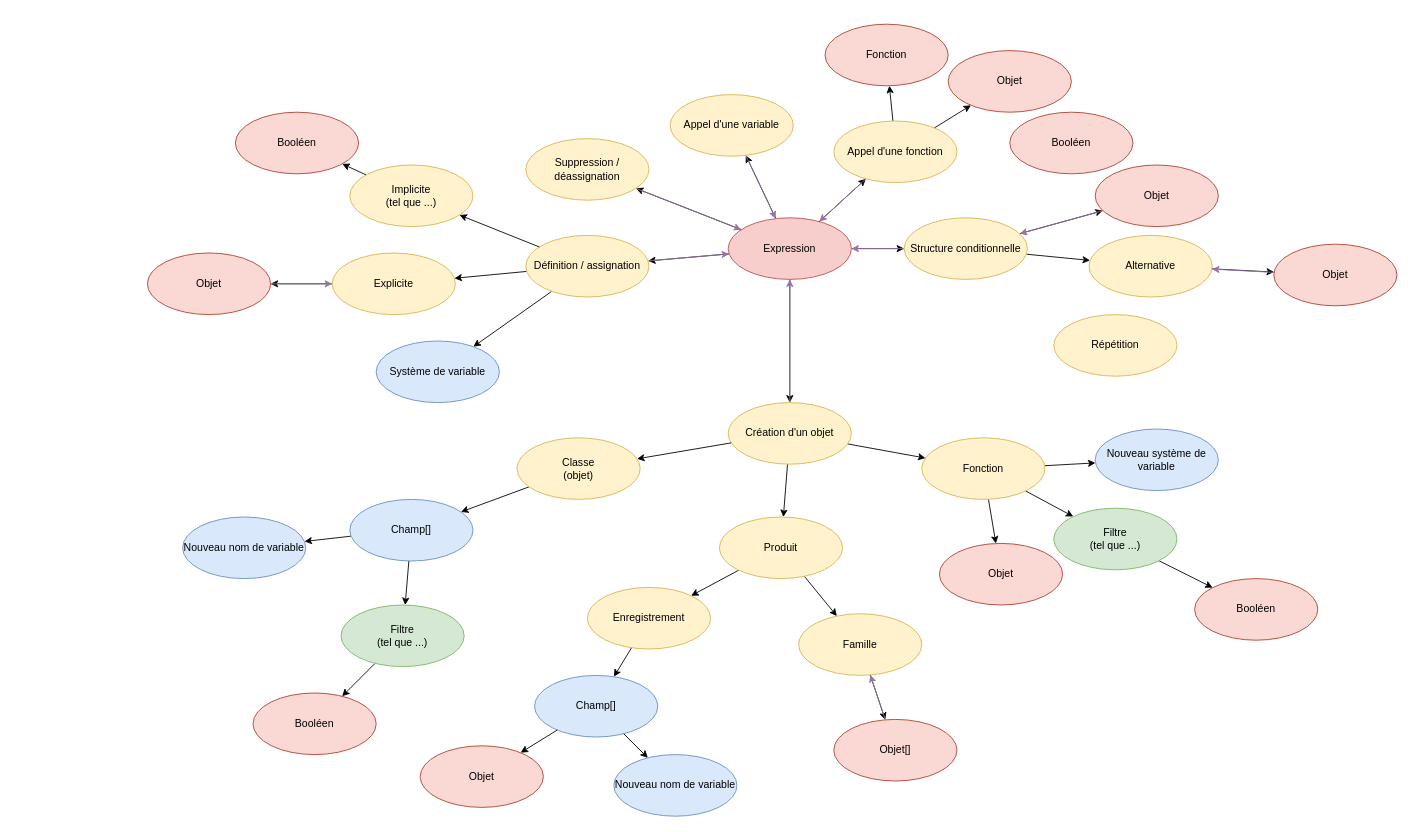
This is page "Formal Language" (2 of 5) of UML/Formal Language.drawio from Oscardoras/Ouverium, a draw.io file, before an edit. Source tidied: cells renumbered, new cells numbered last; positions are measured from the earlier drawing's top-left corner, leaving out a move shared by most shapes. Both pictures are drawn from the tidied source at 88%, with x=0, y=0 at pixel (147, 24).
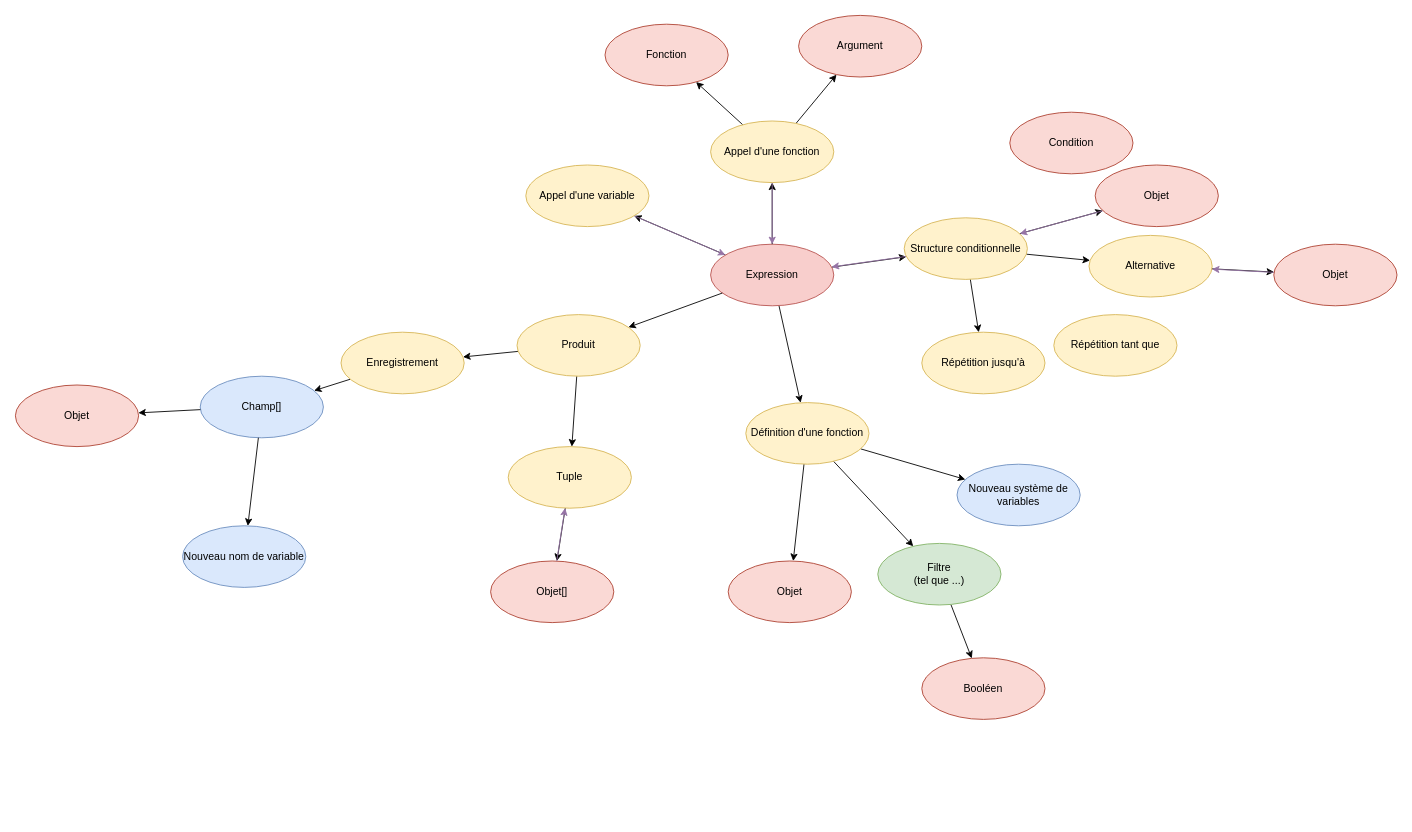
Above is the later version.

The change refers to these unchanged cells:
```xml
<mxCell id="25" value="Structure conditionnelle" style="ellipse;whiteSpace=wrap;html=1;fillColor=#fff2cc;strokeColor=#d6b656;fontColor=#000000;" parent="1" vertex="1">
  <mxGeometry x="860" y="220" width="140" height="70" as="geometry" />
</mxCell>
```

Diff of the diagram source:
```diff
@@
-    <mxCell id="2" style="edgeStyle=none;rounded=0;jettySize=auto;html=1;fontColor=#000000;" parent="1" edge="1" source="36" target="30">
+    <mxCell id="2" style="edgeStyle=none;rounded=0;jettySize=auto;html=1;fontColor=#000000;" parent="1" edge="1" source="8" target="30">
       <mxGeometry relative="1" as="geometry" />
     </mxCell>
-    <mxCell id="3" style="edgeStyle=none;rounded=0;jettySize=auto;html=1;fillColor=#ffe6cc;strokeColor=#000000;strokeWidth=1;fontColor=#000000;" parent="1" edge="1" source="8" target="18">
-      <mxGeometry relative="1" as="geometry" />
-    </mxCell>
@@
-    <mxCell id="5" style="edgeStyle=none;rounded=0;jettySize=auto;html=1;strokeWidth=1;fillColor=#e1d5e7;strokeColor=#000000;fontColor=#000000;" parent="1" edge="1" source="8" target="36">
-      <mxGeometry relative="1" as="geometry" />
-    </mxCell>
@@
-    <mxCell id="7" style="rounded=0;jettySize=auto;html=1;fontColor=#000000;" parent="1" edge="1" source="8" target="58">
-      <mxGeometry relative="1" as="geometry" />
-    </mxCell>
     <mxCell id="8" value="Expression" style="ellipse;whiteSpace=wrap;html=1;fillColor=#f8cecc;strokeColor=#b85450;fontColor=#000000;" parent="1" vertex="1">
-      <mxGeometry x="660" y="220" width="140" height="70" as="geometry" />
+      <mxGeometry x="640" y="250" width="140" height="70" as="geometry" />
     </mxCell>
@@
-    <mxCell id="13" value="Booléen" style="ellipse;whiteSpace=wrap;html=1;fillColor=#fad9d5;strokeColor=#ae4132;fontColor=#000000;" parent="1" vertex="1">
+    <mxCell id="13" value="Condition" style="ellipse;whiteSpace=wrap;html=1;fillColor=#fad9d5;strokeColor=#ae4132;fontColor=#000000;" parent="1" vertex="1">
       <mxGeometry x="980" y="100" width="140" height="70" as="geometry" />
     </mxCell>
-    <mxCell id="14" style="edgeStyle=none;rounded=0;jettySize=auto;html=1;fontColor=#000000;" parent="1" edge="1" source="18" target="19">
-      <mxGeometry relative="1" as="geometry" />
-    </mxCell>
-    <mxCell id="15" style="edgeStyle=none;rounded=0;jettySize=auto;html=1;fontColor=#000000;" parent="1" edge="1" source="79" target="21">
-      <mxGeometry relative="1" as="geometry" />
-    </mxCell>
-    <mxCell id="16" style="edgeStyle=none;rounded=0;jettySize=auto;html=1;strokeWidth=1;fillColor=#e1d5e7;strokeColor=#9673a6;fontColor=#000000;" parent="1" edge="1" source="18" target="8">
-      <mxGeometry relative="1" as="geometry" />
-    </mxCell>
-    <mxCell id="17" style="rounded=0;jettySize=auto;html=1;" parent="1" edge="1" source="18" target="79">
-      <mxGeometry relative="1" as="geometry" />
-    </mxCell>
-    <mxCell id="18" value="Définition / assignation" style="ellipse;whiteSpace=wrap;html=1;fillColor=#fff2cc;strokeColor=#d6b656;fontColor=#000000;" parent="1" vertex="1">
-      <mxGeometry x="430" y="240" width="140" height="70" as="geometry" />
-    </mxCell>
-    <mxCell id="19" value="Système de variable" style="ellipse;whiteSpace=wrap;html=1;fillColor=#dae8fc;strokeColor=#6c8ebf;fontColor=#000000;" parent="1" vertex="1">
-      <mxGeometry x="260" y="360" width="140" height="70" as="geometry" />
-    </mxCell>
-    <mxCell id="20" style="edgeStyle=none;rounded=0;jettySize=auto;html=1;fillColor=#e1d5e7;strokeColor=#9673a6;fontColor=#000000;" parent="1" edge="1" source="21" target="79">
-      <mxGeometry relative="1" as="geometry" />
-    </mxCell>
-    <mxCell id="21" value="Objet" style="ellipse;whiteSpace=wrap;html=1;fillColor=#fad9d5;strokeColor=#ae4132;fontColor=#000000;" parent="1" vertex="1">
-      <mxGeometry y="260" width="140" height="70" as="geometry" />
-    </mxCell>
@@
+    <mxCell id="85" style="rounded=0;jettySize=auto;html=1;" parent="1" edge="1" source="25" target="86">
+      <mxGeometry relative="1" as="geometry" />
+    </mxCell>
@@
-    <mxCell id="26" value="Répétition" style="ellipse;whiteSpace=wrap;html=1;fillColor=#fff2cc;strokeColor=#d6b656;fontColor=#000000;" parent="1" vertex="1">
+    <mxCell id="26" value="Répétition tant que" style="ellipse;whiteSpace=wrap;html=1;fillColor=#fff2cc;strokeColor=#d6b656;fontColor=#000000;" parent="1" vertex="1">
       <mxGeometry x="1030" y="330" width="140" height="70" as="geometry" />
     </mxCell>
@@
-    <mxCell id="30" value="Fonction" style="ellipse;whiteSpace=wrap;html=1;fillColor=#fff2cc;strokeColor=#d6b656;fontColor=#000000;" parent="1" vertex="1">
-      <mxGeometry x="880" y="470" width="140" height="70" as="geometry" />
+    <mxCell id="30" value="Définition d'une fonction" style="ellipse;whiteSpace=wrap;html=1;fillColor=#fff2cc;strokeColor=#d6b656;fontColor=#000000;" parent="1" vertex="1">
+      <mxGeometry x="680" y="430" width="140" height="70" as="geometry" />
     </mxCell>
@@
-    <mxCell id="32" style="edgeStyle=none;rounded=0;jettySize=auto;html=1;strokeWidth=1;fillColor=#e1d5e7;strokeColor=#9673a6;fontColor=#000000;" parent="1" edge="1" source="36" target="8">
-      <mxGeometry relative="1" as="geometry" />
-    </mxCell>
@@
-    <mxCell id="35" style="edgeStyle=none;rounded=0;jettySize=auto;html=1;fontColor=#000000;" parent="1" edge="1" source="36" target="61">
+    <mxCell id="35" style="edgeStyle=none;rounded=0;jettySize=auto;html=1;fontColor=#000000;" parent="1" edge="1" source="8" target="61">
       <mxGeometry relative="1" as="geometry" />
     </mxCell>
-    <mxCell id="36" value="Création d'un objet" style="ellipse;whiteSpace=wrap;html=1;fillColor=#fff2cc;strokeColor=#d6b656;fontColor=#000000;" parent="1" vertex="1">
-      <mxGeometry x="660" y="430" width="140" height="70" as="geometry" />
-    </mxCell>
     <mxCell id="37" value="Objet" style="ellipse;whiteSpace=wrap;html=1;fillColor=#fad9d5;strokeColor=#ae4132;fontColor=#000000;" parent="1" vertex="1">
-      <mxGeometry x="900" y="590" width="140" height="70" as="geometry" />
+      <mxGeometry x="660" y="610" width="140" height="70" as="geometry" />
     </mxCell>
     <mxCell id="38" value="Booléen" style="ellipse;whiteSpace=wrap;html=1;fillColor=#fad9d5;strokeColor=#ae4132;fontColor=#000000;" parent="1" vertex="1">
-      <mxGeometry x="1190" y="630" width="140" height="70" as="geometry" />
+      <mxGeometry x="880" y="720" width="140" height="70" as="geometry" />
     </mxCell>
@@
     <mxCell id="42" value="Appel d'une fonction" style="ellipse;whiteSpace=wrap;html=1;fillColor=#fff2cc;strokeColor=#d6b656;fontColor=#000000;" parent="1" vertex="1">
-      <mxGeometry x="780" y="110" width="140" height="70" as="geometry" />
+      <mxGeometry x="640" y="110" width="140" height="70" as="geometry" />
     </mxCell>
     <mxCell id="43" value="Fonction" style="ellipse;whiteSpace=wrap;html=1;fillColor=#fad9d5;strokeColor=#ae4132;fontColor=#000000;" parent="1" vertex="1">
-      <mxGeometry x="770" width="140" height="70" as="geometry" />
+      <mxGeometry x="520" width="140" height="70" as="geometry" />
     </mxCell>
-    <mxCell id="44" value="Objet" style="ellipse;whiteSpace=wrap;html=1;fillColor=#fad9d5;strokeColor=#ae4132;fontColor=#000000;" parent="1" vertex="1">
-      <mxGeometry x="910" y="30" width="140" height="70" as="geometry" />
+    <mxCell id="44" value="Argument" style="ellipse;whiteSpace=wrap;html=1;fillColor=#fad9d5;strokeColor=#ae4132;fontColor=#000000;" parent="1" vertex="1">
+      <mxGeometry x="740" y="-10" width="140" height="70" as="geometry" />
     </mxCell>
@@
     <mxCell id="50" value="Appel d'une variable" style="ellipse;whiteSpace=wrap;html=1;fillColor=#fff2cc;strokeColor=#d6b656;fontColor=#000000;" parent="1" vertex="1">
-      <mxGeometry x="594" y="80" width="140" height="70" as="geometry" />
+      <mxGeometry x="430" y="160" width="140" height="70" as="geometry" />
     </mxCell>
@@
     <mxCell id="52" value="Enregistrement" style="ellipse;whiteSpace=wrap;html=1;fillColor=#fff2cc;strokeColor=#d6b656;fontColor=#000000;" parent="1" vertex="1">
-      <mxGeometry x="500" y="640" width="140" height="70" as="geometry" />
+      <mxGeometry x="220" y="350" width="140" height="70" as="geometry" />
     </mxCell>
     <mxCell id="53" value="Champ[]" style="ellipse;whiteSpace=wrap;html=1;fillColor=#dae8fc;strokeColor=#6c8ebf;fontColor=#000000;" parent="1" vertex="1">
-      <mxGeometry x="440" y="740" width="140" height="70" as="geometry" />
+      <mxGeometry x="60" y="400" width="140" height="70" as="geometry" />
     </mxCell>
@@
-    <mxCell id="55" value="Famille" style="ellipse;whiteSpace=wrap;html=1;fillColor=#fff2cc;strokeColor=#d6b656;fontColor=#000000;" parent="1" vertex="1">
-      <mxGeometry x="740" y="670" width="140" height="70" as="geometry" />
+    <mxCell id="55" value="Tuple" style="ellipse;whiteSpace=wrap;html=1;fillColor=#fff2cc;strokeColor=#d6b656;fontColor=#000000;" parent="1" vertex="1">
+      <mxGeometry x="410" y="480" width="140" height="70" as="geometry" />
     </mxCell>
     <mxCell id="56" value="Objet[]" style="ellipse;whiteSpace=wrap;html=1;fillColor=#fad9d5;strokeColor=#ae4132;fontColor=#000000;" parent="1" vertex="1">
-      <mxGeometry x="780" y="790" width="140" height="70" as="geometry" />
+      <mxGeometry x="390" y="610" width="140" height="70" as="geometry" />
     </mxCell>
-    <mxCell id="57" style="edgeStyle=none;rounded=0;jettySize=auto;html=1;fillColor=#e1d5e7;strokeColor=#9673a6;fontColor=#000000;" parent="1" edge="1" source="58" target="8">
-      <mxGeometry relative="1" as="geometry" />
-    </mxCell>
-    <mxCell id="58" value="Suppression / déassignation" style="ellipse;whiteSpace=wrap;html=1;fillColor=#fff2cc;strokeColor=#d6b656;fontColor=#000000;" parent="1" vertex="1">
-      <mxGeometry x="430" y="130" width="140" height="70" as="geometry" />
-    </mxCell>
-    <mxCell id="59" value="Nouveau système de variable" style="ellipse;whiteSpace=wrap;html=1;fillColor=#dae8fc;strokeColor=#6c8ebf;fontColor=#000000;" parent="1" vertex="1">
-      <mxGeometry x="1077" y="460" width="140" height="70" as="geometry" />
+    <mxCell id="59" value="Nouveau système de variables" style="ellipse;whiteSpace=wrap;html=1;fillColor=#dae8fc;strokeColor=#6c8ebf;fontColor=#000000;" parent="1" vertex="1">
+      <mxGeometry x="920" y="500" width="140" height="70" as="geometry" />
     </mxCell>
-    <mxCell id="60" style="edgeStyle=none;rounded=0;jettySize=auto;html=1;fontColor=#000000;" parent="1" edge="1" source="36" target="63">
-      <mxGeometry relative="1" as="geometry" />
-    </mxCell>
     <mxCell id="61" value="Produit" style="ellipse;whiteSpace=wrap;html=1;fillColor=#fff2cc;strokeColor=#d6b656;fontColor=#000000;" parent="1" vertex="1">
-      <mxGeometry x="650" y="560" width="140" height="70" as="geometry" />
+      <mxGeometry x="420" y="330" width="140" height="70" as="geometry" />
     </mxCell>
-    <mxCell id="62" style="edgeStyle=none;rounded=0;jettySize=auto;html=1;fontColor=#000000;" parent="1" edge="1" source="63" target="66">
-      <mxGeometry relative="1" as="geometry" />
-    </mxCell>
-    <mxCell id="63" value="Classe&lt;br&gt;(objet)" style="ellipse;whiteSpace=wrap;html=1;fillColor=#fff2cc;strokeColor=#d6b656;fontColor=#000000;" parent="1" vertex="1">
-      <mxGeometry x="420" y="470" width="140" height="70" as="geometry" />
-    </mxCell>
-    <mxCell id="64" style="edgeStyle=none;rounded=0;jettySize=auto;html=1;fontColor=#000000;" parent="1" edge="1" source="66" target="69">
-      <mxGeometry relative="1" as="geometry" />
-    </mxCell>
-    <mxCell id="65" style="edgeStyle=none;rounded=0;jettySize=auto;html=1;fontColor=#000000;" parent="1" edge="1" source="66" target="74">
-      <mxGeometry relative="1" as="geometry" />
-    </mxCell>
-    <mxCell id="66" value="Champ[]" style="ellipse;whiteSpace=wrap;html=1;fillColor=#dae8fc;strokeColor=#6c8ebf;fontColor=#000000;" parent="1" vertex="1">
-      <mxGeometry x="230" y="540" width="140" height="70" as="geometry" />
-    </mxCell>
-    <mxCell id="67" value="Booléen" style="ellipse;whiteSpace=wrap;html=1;fillColor=#fad9d5;strokeColor=#ae4132;fontColor=#000000;" parent="1" vertex="1">
-      <mxGeometry x="120" y="760" width="140" height="70" as="geometry" />
-    </mxCell>
-    <mxCell id="68" style="edgeStyle=none;rounded=0;jettySize=auto;html=1;fontColor=#000000;" parent="1" edge="1" source="69" target="67">
-      <mxGeometry relative="1" as="geometry" />
-    </mxCell>
-    <mxCell id="69" value="Filtre&lt;br&gt;(tel que ...)" style="ellipse;whiteSpace=wrap;html=1;fillColor=#d5e8d4;strokeColor=#82b366;fontColor=#000000;" parent="1" vertex="1">
-      <mxGeometry x="220" y="660" width="140" height="70" as="geometry" />
-    </mxCell>
@@
     <mxCell id="72" value="Nouveau nom de variable" style="ellipse;whiteSpace=wrap;html=1;fillColor=#dae8fc;strokeColor=#6c8ebf;fontColor=#000000;" parent="1" vertex="1">
-      <mxGeometry x="530" y="830" width="140" height="70" as="geometry" />
+      <mxGeometry x="40" y="570" width="140" height="70" as="geometry" />
     </mxCell>
     <mxCell id="73" value="Objet" style="ellipse;whiteSpace=wrap;html=1;fillColor=#fad9d5;strokeColor=#ae4132;fontColor=#000000;" parent="1" vertex="1">
-      <mxGeometry x="310" y="820" width="140" height="70" as="geometry" />
+      <mxGeometry x="-150" y="410" width="140" height="70" as="geometry" />
     </mxCell>
-    <mxCell id="74" value="Nouveau nom de variable" style="ellipse;whiteSpace=wrap;html=1;fillColor=#dae8fc;strokeColor=#6c8ebf;fontColor=#000000;" parent="1" vertex="1">
-      <mxGeometry x="40" y="560" width="140" height="70" as="geometry" />
-    </mxCell>
@@
     <mxCell id="76" value="Filtre&lt;br&gt;(tel que ...)" style="ellipse;whiteSpace=wrap;html=1;fillColor=#d5e8d4;strokeColor=#82b366;fontColor=#000000;" parent="1" vertex="1">
-      <mxGeometry x="1030" y="550" width="140" height="70" as="geometry" />
+      <mxGeometry x="830" y="590" width="140" height="70" as="geometry" />
     </mxCell>
@@
-    <mxCell id="79" value="Explicite" style="ellipse;whiteSpace=wrap;html=1;fillColor=#fff2cc;strokeColor=#d6b656;fontColor=#000000;" parent="1" vertex="1">
-      <mxGeometry x="210" y="260" width="140" height="70" as="geometry" />
-    </mxCell>
-    <mxCell id="80" style="edgeStyle=none;rounded=0;jettySize=auto;html=1;" parent="1" edge="1" source="81" target="83">
-      <mxGeometry relative="1" as="geometry" />
-    </mxCell>
-    <mxCell id="81" value="Implicite&lt;br&gt;(tel que ...)" style="ellipse;whiteSpace=wrap;html=1;fillColor=#fff2cc;strokeColor=#d6b656;fontColor=#000000;" parent="1" vertex="1">
-      <mxGeometry x="230" y="160" width="140" height="70" as="geometry" />
-    </mxCell>
-    <mxCell id="82" style="rounded=0;jettySize=auto;html=1;" parent="1" edge="1" source="18" target="81">
-      <mxGeometry relative="1" as="geometry" />
-    </mxCell>
-    <mxCell id="83" value="Booléen" style="ellipse;whiteSpace=wrap;html=1;fillColor=#fad9d5;strokeColor=#ae4132;fontColor=#000000;" parent="1" vertex="1">
-      <mxGeometry x="100" y="100" width="140" height="70" as="geometry" />
-    </mxCell>
@@
+    <mxCell id="86" value="Répétition jusqu'à" style="ellipse;whiteSpace=wrap;html=1;fillColor=#fff2cc;strokeColor=#d6b656;fontColor=#000000;" parent="1" vertex="1">
+      <mxGeometry x="880" y="350" width="140" height="70" as="geometry" />
+    </mxCell>
```
